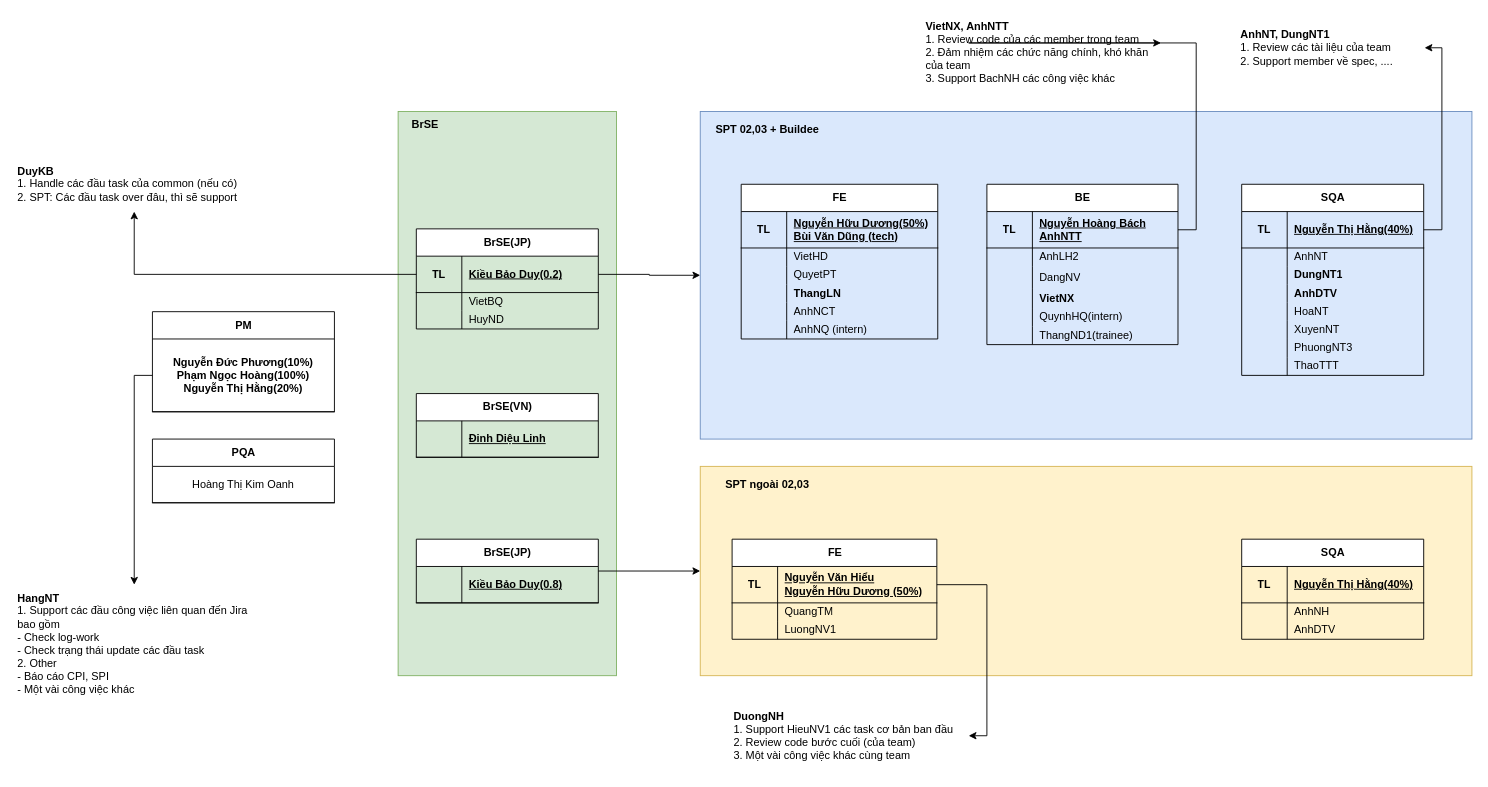
hoangpn256/diagram keeps this draw.io diagram as page "Cơ cấu team" (7 of 9) of Biểu đồ không có tiêu đề.drawio. Above is the earlier version. Source tidied: cells renumbered, new cells numbered last; positions are measured from the earlier drawing's top-left corner, leaving out a move shared by most shapes. Both pictures are drawn from the tidied source at 91%, with x=0, y=0 at pixel (15, 15).
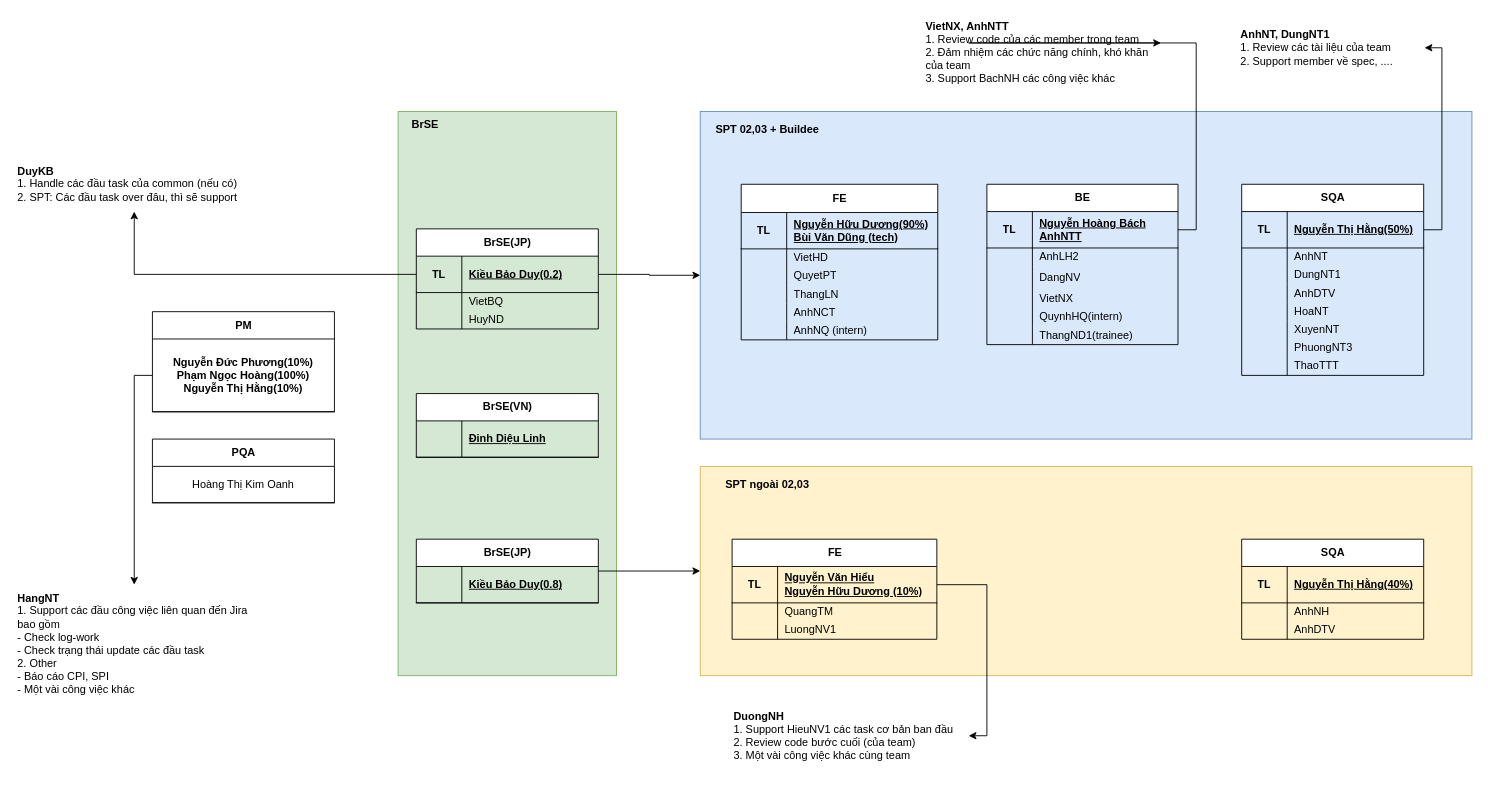
The same page after the edit.

Commit message:
Cập nhật Biểu đồ không có tiêu đề.drawio

The change refers to these unchanged cells:
```xml
<mxCell id="34" style="shape=tableRow;horizontal=0;startSize=0;swimlaneHead=0;swimlaneBody=0;fillColor=none;top=0;left=0;right=0;bottom=0;" parent="24" vertex="1">
  <mxGeometry y="115" width="210" height="21" as="geometry" />
</mxCell>
<mxCell id="44" style="shape=tableRow;horizontal=0;startSize=0;swimlaneHead=0;swimlaneBody=0;fillColor=none;points=[[0,0.5],[1,0.5]];portConstraint=eastwest;top=0;left=0;right=0;bottom=1;" parent="43" vertex="1">
  <mxGeometry y="30" width="200" height="40" as="geometry" />
</mxCell>
<mxCell id="50" style="shape=tableRow;horizontal=0;startSize=0;swimlaneHead=0;swimlaneBody=0;fillColor=none;top=0;left=0;right=0;bottom=0;" parent="43" vertex="1">
  <mxGeometry y="90" width="200" height="20" as="geometry" />
</mxCell>
<mxCell id="53" style="shape=tableRow;horizontal=0;startSize=0;swimlaneHead=0;swimlaneBody=0;fillColor=none;top=0;left=0;right=0;bottom=0;" parent="43" vertex="1">
  <mxGeometry y="110" width="200" height="20" as="geometry" />
</mxCell>
<mxCell id="79" style="shape=tableRow;horizontal=0;startSize=0;swimlaneHead=0;swimlaneBody=0;fillColor=none;points=[[0,0.5],[1,0.5]];portConstraint=eastwest;top=0;left=0;right=0;bottom=1;" parent="78" vertex="1">
  <mxGeometry y="30" width="200" height="80" as="geometry" />
</mxCell>
<mxCell id="89" style="shape=tableRow;horizontal=0;startSize=0;swimlaneHead=0;swimlaneBody=0;fillColor=none;points=[[0,0.5],[1,0.5]];portConstraint=eastwest;top=0;left=0;right=0;bottom=1;" parent="88" vertex="1">
  <mxGeometry y="30" width="225" height="40" as="geometry" />
</mxCell>
```

Diff of the diagram source:
```diff
@@
-    <mxCell id="5" value="FE" style="shape=table;startSize=30;childLayout=tableLayout;rowLines=0;fontStyle=1;align=center;html=1;" parent="1" vertex="1">
-      <mxGeometry x="797" y="185" width="216" height="170" as="geometry" />
+    <mxCell id="5" value="FE" style="shape=table;startSize=31;childLayout=tableLayout;rowLines=0;fontStyle=1;align=center;html=1;" parent="1" vertex="1">
+      <mxGeometry x="797" y="185" width="216" height="171" as="geometry" />
     </mxCell>
     <mxCell id="6" style="shape=tableRow;horizontal=0;startSize=0;swimlaneHead=0;swimlaneBody=0;fillColor=none;top=0;left=0;right=0;bottom=1;" parent="5" vertex="1">
-      <mxGeometry y="30" width="216" height="40" as="geometry" />
+      <mxGeometry y="31" width="216" height="40" as="geometry" />
     </mxCell>
@@
-    <mxCell id="8" value="Nguyễn Hữu Dương(50%)&lt;br&gt;Bùi Văn Dũng (tech)" style="shape=partialRectangle;fillColor=none;top=0;left=0;bottom=0;right=0;align=left;spacingLeft=6;fontStyle=5;overflow=hidden;whiteSpace=wrap;html=1;" parent="6" vertex="1">
+    <mxCell id="8" value="Nguyễn Hữu Dương(90%)&lt;br&gt;Bùi Văn Dũng (tech)" style="shape=partialRectangle;fillColor=none;top=0;left=0;bottom=0;right=0;align=left;spacingLeft=6;fontStyle=5;overflow=hidden;whiteSpace=wrap;html=1;" parent="6" vertex="1">
       <mxGeometry x="50" width="166" height="40" as="geometry" />
     </mxCell>
     <mxCell id="9" style="shape=tableRow;horizontal=0;startSize=0;swimlaneHead=0;swimlaneBody=0;fillColor=none;top=0;left=0;right=0;bottom=0;" parent="5" vertex="1">
-      <mxGeometry y="70" width="216" height="20" as="geometry" />
+      <mxGeometry y="71" width="216" height="20" as="geometry" />
     </mxCell>
@@
     <mxCell id="12" style="shape=tableRow;horizontal=0;startSize=0;swimlaneHead=0;swimlaneBody=0;fillColor=none;top=0;left=0;right=0;bottom=0;" parent="5" vertex="1">
-      <mxGeometry y="90" width="216" height="20" as="geometry" />
+      <mxGeometry y="91" width="216" height="20" as="geometry" />
     </mxCell>
@@
     <mxCell id="15" style="shape=tableRow;horizontal=0;startSize=0;swimlaneHead=0;swimlaneBody=0;fillColor=none;top=0;left=0;right=0;bottom=0;" parent="5" vertex="1">
-      <mxGeometry y="110" width="216" height="20" as="geometry" />
+      <mxGeometry y="111" width="216" height="20" as="geometry" />
     </mxCell>
@@
-    <mxCell id="17" value="ThangLN" style="shape=partialRectangle;fillColor=none;top=0;left=0;bottom=0;right=0;align=left;spacingLeft=6;overflow=hidden;whiteSpace=wrap;html=1;fontStyle=1;" parent="15" vertex="1">
+    <mxCell id="17" value="ThangLN" style="shape=partialRectangle;fillColor=none;top=0;left=0;bottom=0;right=0;align=left;spacingLeft=6;overflow=hidden;whiteSpace=wrap;html=1;fontStyle=0;" parent="15" vertex="1">
       <mxGeometry x="50" width="166" height="20" as="geometry" />
     </mxCell>
     <mxCell id="18" style="shape=tableRow;horizontal=0;startSize=0;swimlaneHead=0;swimlaneBody=0;fillColor=none;top=0;left=0;right=0;bottom=0;" parent="5" vertex="1">
-      <mxGeometry y="130" width="216" height="20" as="geometry" />
+      <mxGeometry y="131" width="216" height="20" as="geometry" />
     </mxCell>
@@
     <mxCell id="21" style="shape=tableRow;horizontal=0;startSize=0;swimlaneHead=0;swimlaneBody=0;fillColor=none;top=0;left=0;right=0;bottom=0;" parent="5" vertex="1">
-      <mxGeometry y="150" width="216" height="20" as="geometry" />
+      <mxGeometry y="151" width="216" height="20" as="geometry" />
     </mxCell>
@@
-    <mxCell id="36" value="&lt;b&gt;VietNX&lt;/b&gt;" style="shape=partialRectangle;fillColor=none;top=0;left=0;bottom=0;right=0;align=left;spacingLeft=6;overflow=hidden;whiteSpace=wrap;html=1;" parent="34" vertex="1">
+    <mxCell id="36" value="&lt;span&gt;VietNX&lt;/span&gt;" style="shape=partialRectangle;fillColor=none;top=0;left=0;bottom=0;right=0;align=left;spacingLeft=6;overflow=hidden;whiteSpace=wrap;html=1;fontStyle=0;" parent="34" vertex="1">
       <mxGeometry x="50" width="160" height="21" as="geometry" />
     </mxCell>
@@
-    <mxCell id="46" value="Nguyễn Thị Hằng(40%)" style="shape=partialRectangle;fillColor=none;top=0;left=0;bottom=0;right=0;align=left;spacingLeft=6;fontStyle=5;overflow=hidden;whiteSpace=wrap;html=1;" parent="44" vertex="1">
+    <mxCell id="46" value="Nguyễn Thị Hằng(50%)" style="shape=partialRectangle;fillColor=none;top=0;left=0;bottom=0;right=0;align=left;spacingLeft=6;fontStyle=5;overflow=hidden;whiteSpace=wrap;html=1;" parent="44" vertex="1">
       <mxGeometry x="50" width="150" height="40" as="geometry" />
     </mxCell>
@@
-    <mxCell id="52" value="&lt;b&gt;DungNT1&lt;/b&gt;" style="shape=partialRectangle;fillColor=none;top=0;left=0;bottom=0;right=0;align=left;spacingLeft=6;overflow=hidden;whiteSpace=wrap;html=1;" parent="50" vertex="1">
+    <mxCell id="52" value="&lt;span&gt;DungNT1&lt;/span&gt;" style="shape=partialRectangle;fillColor=none;top=0;left=0;bottom=0;right=0;align=left;spacingLeft=6;overflow=hidden;whiteSpace=wrap;html=1;fontStyle=0;" parent="50" vertex="1">
       <mxGeometry x="50" width="150" height="20" as="geometry" />
     </mxCell>
@@
-    <mxCell id="55" value="&lt;b&gt;AnhDTV&lt;/b&gt;" style="shape=partialRectangle;fillColor=none;top=0;left=0;bottom=0;right=0;align=left;spacingLeft=6;overflow=hidden;whiteSpace=wrap;html=1;" parent="53" vertex="1">
+    <mxCell id="55" value="&lt;span&gt;AnhDTV&lt;/span&gt;" style="shape=partialRectangle;fillColor=none;top=0;left=0;bottom=0;right=0;align=left;spacingLeft=6;overflow=hidden;whiteSpace=wrap;html=1;fontStyle=0;" parent="53" vertex="1">
       <mxGeometry x="50" width="150" height="20" as="geometry" />
     </mxCell>
@@
-    <mxCell id="80" value="Nguyễn Đức Phương(10%)&lt;br&gt;Phạm Ngọc Hoàng(100%)&lt;br&gt;Nguyễn Thị Hằng(20%)" style="shape=partialRectangle;fillColor=none;top=0;left=0;bottom=0;right=0;fontStyle=1;overflow=hidden;whiteSpace=wrap;html=1;" parent="79" vertex="1">
+    <mxCell id="80" value="Nguyễn Đức Phương(10%)&lt;br&gt;Phạm Ngọc Hoàng(100%)&lt;br&gt;Nguyễn Thị Hằng(10%)" style="shape=partialRectangle;fillColor=none;top=0;left=0;bottom=0;right=0;fontStyle=1;overflow=hidden;whiteSpace=wrap;html=1;" parent="79" vertex="1">
       <mxGeometry width="200" height="80" as="geometry" />
     </mxCell>
@@
-    <mxCell id="91" value="Nguyễn Văn Hiểu&lt;br&gt;Nguyễn Hữu Dương (50%)" style="shape=partialRectangle;fillColor=none;top=0;left=0;bottom=0;right=0;align=left;spacingLeft=6;fontStyle=5;overflow=hidden;whiteSpace=wrap;html=1;" parent="89" vertex="1">
+    <mxCell id="91" value="Nguyễn Văn Hiểu&lt;br&gt;Nguyễn Hữu Dương (10%)" style="shape=partialRectangle;fillColor=none;top=0;left=0;bottom=0;right=0;align=left;spacingLeft=6;fontStyle=5;overflow=hidden;whiteSpace=wrap;html=1;" parent="89" vertex="1">
       <mxGeometry x="50" width="175" height="40" as="geometry" />
     </mxCell>
```
